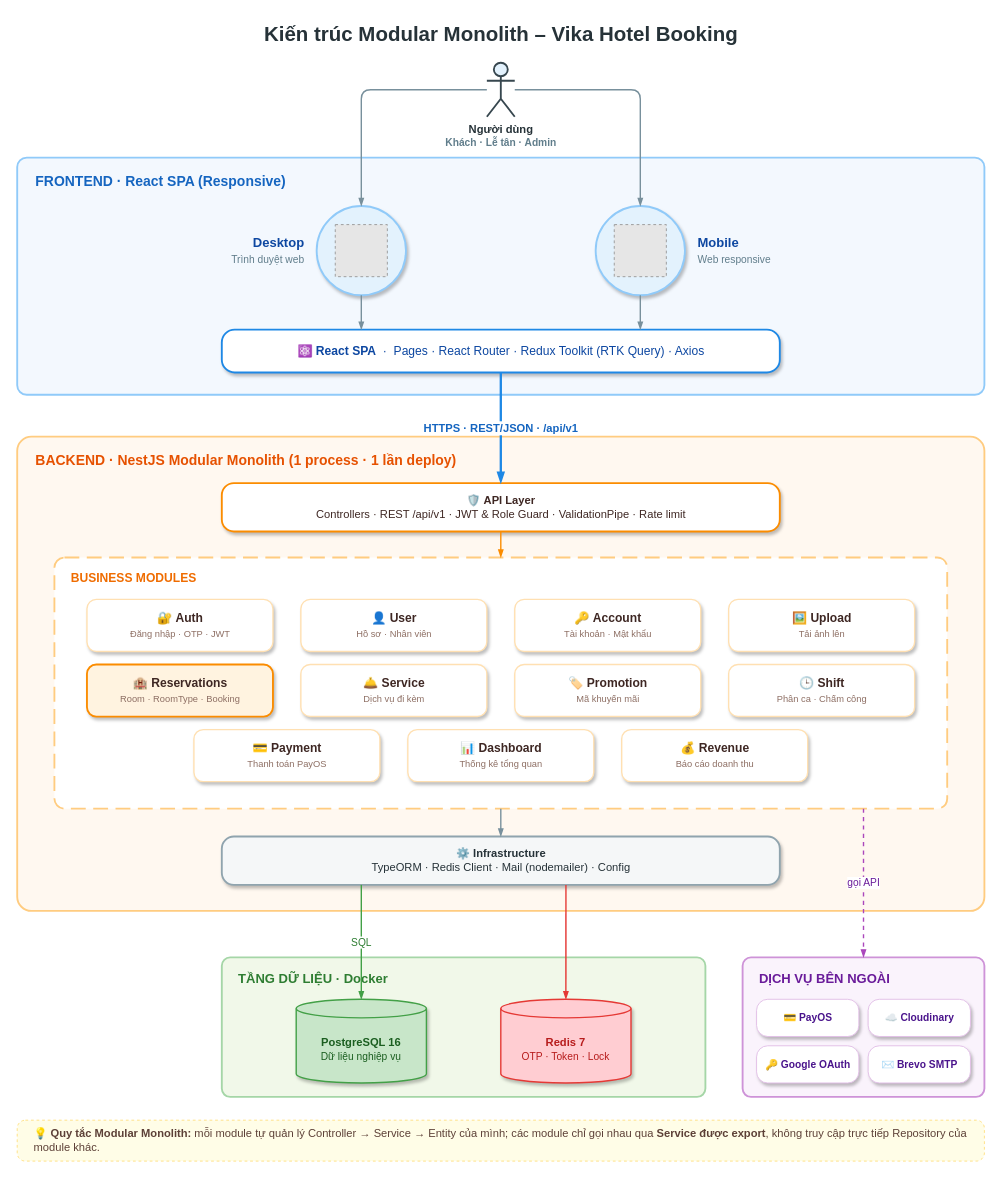
The draw.io diagram docs/architecture/vika-architecture.drawio in DeeDeevk/kltn-smartstay, before the edit. Source tidied: cells renumbered, new cells numbered last; positions are measured from the earlier drawing's top-left corner, leaving out a move shared by most shapes. Both pictures are drawn from the tidied source at 93%, with x=0, y=0 at pixel (17, 16). Pictures stored in the file or linked from it are replaced by grey dashed boxes.
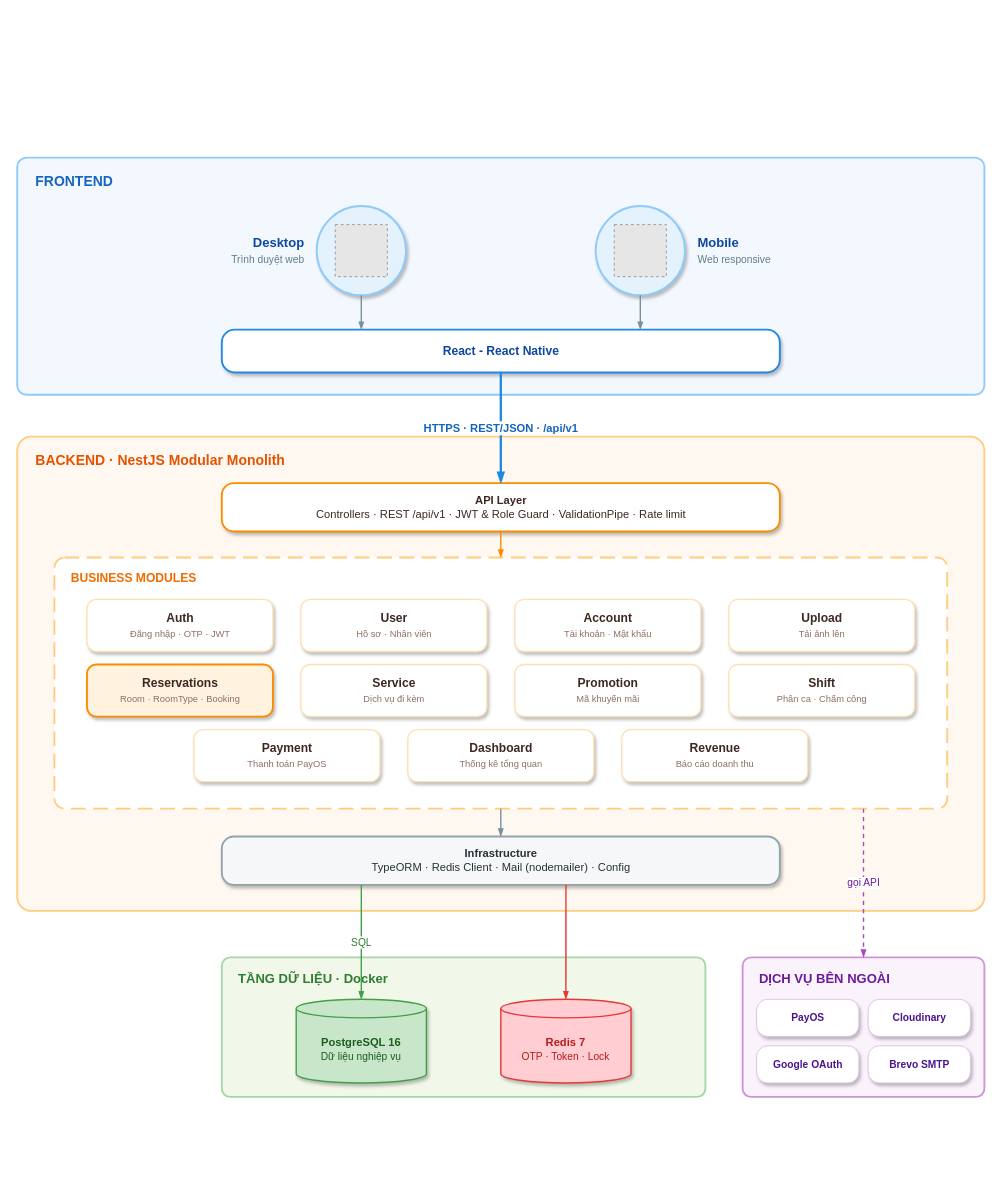
Above is the later version.

Unchanged cells that the change refers to:
```xml
<mxCell id="5" style="ellipse;html=1;fillColor=#E3F2FD;strokeColor=#90CAF9;strokeWidth=2;shadow=1;" parent="4" vertex="1">
  <mxGeometry x="322" y="52" width="96" height="96" as="geometry" />
</mxCell>
<mxCell id="8" style="ellipse;html=1;fillColor=#E3F2FD;strokeColor=#90CAF9;strokeWidth=2;shadow=1;" parent="4" vertex="1">
  <mxGeometry x="622" y="52" width="96" height="96" as="geometry" />
</mxCell>
<mxCell id="14" value="BUSINESS MODULES" style="rounded=1;arcSize=4;whiteSpace=wrap;html=1;verticalAlign=top;align=left;spacingLeft=16;spacingTop=8;fontStyle=1;fontSize=13;fontColor=#EF6C00;fillColor=#FFFFFF;strokeColor=#FFCC80;strokeWidth=2;dashed=1;dashPattern=8 4;" parent="12" vertex="1">
  <mxGeometry x="40" y="130" width="960" height="270" as="geometry" />
</mxCell>
<mxCell id="30" value="DỊCH VỤ BÊN NGOÀI" style="rounded=1;arcSize=6;whiteSpace=wrap;html=1;verticalAlign=top;align=left;spacingLeft=16;spacingTop=8;fontStyle=1;fontSize=14;fontColor=#6A1B9A;fillColor=#FAF3FC;strokeColor=#CE93D8;strokeWidth=2;" parent="1" vertex="1">
  <mxGeometry x="780" y="1012" width="260" height="150" as="geometry" />
</mxCell>
```

The edit, as a diff of the source:
```diff
@@
-    <mxCell id="2" value="&lt;b&gt;Kiến trúc Modular Monolith – Vika Hotel Booking&lt;/b&gt;" style="text;html=1;align=center;verticalAlign=middle;fontSize=22;fontColor=#263238;" parent="1" vertex="1">
-      <mxGeometry width="1040" height="40" as="geometry" />
-    </mxCell>
-    <mxCell id="3" value="Người dùng&lt;br&gt;&lt;font style=&quot;font-size:11px&quot; color=&quot;#607D8B&quot;&gt;Khách · Lễ tân · Admin&lt;/font&gt;" style="shape=umlActor;verticalLabelPosition=bottom;verticalAlign=top;html=1;outlineConnect=0;fillColor=#E3F2FD;strokeColor=#37474F;strokeWidth=2;fontSize=12;fontStyle=1;fontColor=#263238;" parent="1" vertex="1">
-      <mxGeometry x="505" y="50" width="30" height="58" as="geometry" />
-    </mxCell>
-    <mxCell id="4" value="FRONTEND · React SPA (Responsive)" style="rounded=1;arcSize=4;whiteSpace=wrap;html=1;verticalAlign=top;align=left;spacingLeft=18;spacingTop=10;fontStyle=1;fontSize=15;fontColor=#1565C0;fillColor=#F3F8FE;strokeColor=#90CAF9;strokeWidth=2;" parent="1" vertex="1">
+    <mxCell id="4" value="FRONTEND" style="rounded=1;arcSize=4;whiteSpace=wrap;html=1;verticalAlign=top;align=left;spacingLeft=18;spacingTop=10;fontStyle=1;fontSize=15;fontColor=#1565C0;fillColor=#F3F8FE;strokeColor=#90CAF9;strokeWidth=2;" parent="1" vertex="1">
       <mxGeometry y="152" width="1040" height="255" as="geometry" />
     </mxCell>
@@
-    <mxCell id="11" value="⚛️ &lt;b&gt;React SPA&lt;/b&gt;&amp;nbsp;&amp;nbsp;·&amp;nbsp;&amp;nbsp;Pages · React Router · Redux Toolkit (RTK Query) · Axios" style="rounded=1;arcSize=30;html=1;fillColor=#FFFFFF;strokeColor=#1E88E5;strokeWidth=2;shadow=1;fontSize=13;fontColor=#0D47A1;" parent="4" vertex="1">
+    <mxCell id="11" value="&lt;b&gt;React - React Native&lt;/b&gt;" style="rounded=1;arcSize=30;html=1;fillColor=#FFFFFF;strokeColor=#1E88E5;strokeWidth=2;shadow=1;fontSize=13;fontColor=#0D47A1;" parent="4" vertex="1">
       <mxGeometry x="220" y="185" width="600" height="46" as="geometry" />
     </mxCell>
-    <mxCell id="12" value="BACKEND · NestJS Modular Monolith (1 process · 1 lần deploy)" style="rounded=1;arcSize=3;whiteSpace=wrap;html=1;verticalAlign=top;align=left;spacingLeft=18;spacingTop=10;fontStyle=1;fontSize=15;fontColor=#E65100;fillColor=#FFF8F0;strokeColor=#FFCC80;strokeWidth=2;" parent="1" vertex="1">
+    <mxCell id="12" value="BACKEND · NestJS Modular Monolith" style="rounded=1;arcSize=3;whiteSpace=wrap;html=1;verticalAlign=top;align=left;spacingLeft=18;spacingTop=10;fontStyle=1;fontSize=15;fontColor=#E65100;fillColor=#FFF8F0;strokeColor=#FFCC80;strokeWidth=2;" parent="1" vertex="1">
       <mxGeometry y="452" width="1040" height="510" as="geometry" />
     </mxCell>
-    <mxCell id="13" value="🛡️ &lt;b&gt;API Layer&lt;/b&gt;&lt;br&gt;Controllers · REST /api/v1 · JWT &amp;amp; Role Guard · ValidationPipe · Rate limit" style="rounded=1;arcSize=25;html=1;fillColor=#FFFFFF;strokeColor=#FB8C00;strokeWidth=2;shadow=1;fontSize=12;fontColor=#3E2723;" parent="12" vertex="1">
+    <mxCell id="13" value="&lt;b&gt;API Layer&lt;/b&gt;&lt;br&gt;Controllers · REST /api/v1 · JWT &amp;amp; Role Guard · ValidationPipe · Rate limit" style="rounded=1;arcSize=25;html=1;fillColor=#FFFFFF;strokeColor=#FB8C00;strokeWidth=2;shadow=1;fontSize=12;fontColor=#3E2723;" parent="12" vertex="1">
       <mxGeometry x="220" y="50" width="600" height="52" as="geometry" />
     </mxCell>
@@
-    <mxCell id="15" value="🔐 &lt;b&gt;Auth&lt;/b&gt;&lt;br&gt;&lt;font style=&quot;font-size:10px&quot; color=&quot;#8D6E63&quot;&gt;Đăng nhập · OTP · JWT&lt;/font&gt;" style="rounded=1;arcSize=18;html=1;fillColor=#FFFFFF;strokeColor=#FFE0B2;strokeWidth=1.5;shadow=1;fontSize=13;fontColor=#3E2723;" parent="14" vertex="1">
+    <mxCell id="15" value="&lt;b&gt;Auth&lt;/b&gt;&lt;br&gt;&lt;font style=&quot;font-size:10px&quot; color=&quot;#8D6E63&quot;&gt;Đăng nhập · OTP · JWT&lt;/font&gt;" style="rounded=1;arcSize=18;html=1;fillColor=#FFFFFF;strokeColor=#FFE0B2;strokeWidth=1.5;shadow=1;fontSize=13;fontColor=#3E2723;" parent="14" vertex="1">
       <mxGeometry x="35" y="45" width="200" height="56" as="geometry" />
     </mxCell>
-    <mxCell id="16" value="👤 &lt;b&gt;User&lt;/b&gt;&lt;br&gt;&lt;font style=&quot;font-size:10px&quot; color=&quot;#8D6E63&quot;&gt;Hồ sơ · Nhân viên&lt;/font&gt;" style="rounded=1;arcSize=18;html=1;fillColor=#FFFFFF;strokeColor=#FFE0B2;strokeWidth=1.5;shadow=1;fontSize=13;fontColor=#3E2723;" parent="14" vertex="1">
+    <mxCell id="16" value="&lt;b&gt;User&lt;/b&gt;&lt;br&gt;&lt;font style=&quot;font-size:10px&quot; color=&quot;#8D6E63&quot;&gt;Hồ sơ · Nhân viên&lt;/font&gt;" style="rounded=1;arcSize=18;html=1;fillColor=#FFFFFF;strokeColor=#FFE0B2;strokeWidth=1.5;shadow=1;fontSize=13;fontColor=#3E2723;" parent="14" vertex="1">
       <mxGeometry x="265" y="45" width="200" height="56" as="geometry" />
     </mxCell>
-    <mxCell id="17" value="🔑 &lt;b&gt;Account&lt;/b&gt;&lt;br&gt;&lt;font style=&quot;font-size:10px&quot; color=&quot;#8D6E63&quot;&gt;Tài khoản · Mật khẩu&lt;/font&gt;" style="rounded=1;arcSize=18;html=1;fillColor=#FFFFFF;strokeColor=#FFE0B2;strokeWidth=1.5;shadow=1;fontSize=13;fontColor=#3E2723;" parent="14" vertex="1">
+    <mxCell id="17" value="&lt;b&gt;Account&lt;/b&gt;&lt;br&gt;&lt;font style=&quot;font-size:10px&quot; color=&quot;#8D6E63&quot;&gt;Tài khoản · Mật khẩu&lt;/font&gt;" style="rounded=1;arcSize=18;html=1;fillColor=#FFFFFF;strokeColor=#FFE0B2;strokeWidth=1.5;shadow=1;fontSize=13;fontColor=#3E2723;" parent="14" vertex="1">
       <mxGeometry x="495" y="45" width="200" height="56" as="geometry" />
     </mxCell>
-    <mxCell id="18" value="🖼️ &lt;b&gt;Upload&lt;/b&gt;&lt;br&gt;&lt;font style=&quot;font-size:10px&quot; color=&quot;#8D6E63&quot;&gt;Tải ảnh lên&lt;/font&gt;" style="rounded=1;arcSize=18;html=1;fillColor=#FFFFFF;strokeColor=#FFE0B2;strokeWidth=1.5;shadow=1;fontSize=13;fontColor=#3E2723;" parent="14" vertex="1">
+    <mxCell id="18" value="&lt;b&gt;Upload&lt;/b&gt;&lt;br&gt;&lt;font style=&quot;font-size:10px&quot; color=&quot;#8D6E63&quot;&gt;Tải ảnh lên&lt;/font&gt;" style="rounded=1;arcSize=18;html=1;fillColor=#FFFFFF;strokeColor=#FFE0B2;strokeWidth=1.5;shadow=1;fontSize=13;fontColor=#3E2723;" parent="14" vertex="1">
       <mxGeometry x="725" y="45" width="200" height="56" as="geometry" />
     </mxCell>
-    <mxCell id="19" value="🏨 &lt;b&gt;Reservations&lt;/b&gt;&lt;br&gt;&lt;font style=&quot;font-size:10px&quot; color=&quot;#8D6E63&quot;&gt;Room · RoomType · Booking&lt;/font&gt;" style="rounded=1;arcSize=18;html=1;fillColor=#FFF3E0;strokeColor=#FB8C00;strokeWidth=2;shadow=1;fontSize=13;fontColor=#3E2723;" parent="14" vertex="1">
+    <mxCell id="19" value="&lt;b&gt;Reservations&lt;/b&gt;&lt;br&gt;&lt;font style=&quot;font-size:10px&quot; color=&quot;#8D6E63&quot;&gt;Room · RoomType · Booking&lt;/font&gt;" style="rounded=1;arcSize=18;html=1;fillColor=#FFF3E0;strokeColor=#FB8C00;strokeWidth=2;shadow=1;fontSize=13;fontColor=#3E2723;" parent="14" vertex="1">
       <mxGeometry x="35" y="115" width="200" height="56" as="geometry" />
     </mxCell>
-    <mxCell id="20" value="🛎️ &lt;b&gt;Service&lt;/b&gt;&lt;br&gt;&lt;font style=&quot;font-size:10px&quot; color=&quot;#8D6E63&quot;&gt;Dịch vụ đi kèm&lt;/font&gt;" style="rounded=1;arcSize=18;html=1;fillColor=#FFFFFF;strokeColor=#FFE0B2;strokeWidth=1.5;shadow=1;fontSize=13;fontColor=#3E2723;" parent="14" vertex="1">
+    <mxCell id="20" value="&lt;b&gt;Service&lt;/b&gt;&lt;br&gt;&lt;font style=&quot;font-size:10px&quot; color=&quot;#8D6E63&quot;&gt;Dịch vụ đi kèm&lt;/font&gt;" style="rounded=1;arcSize=18;html=1;fillColor=#FFFFFF;strokeColor=#FFE0B2;strokeWidth=1.5;shadow=1;fontSize=13;fontColor=#3E2723;" parent="14" vertex="1">
       <mxGeometry x="265" y="115" width="200" height="56" as="geometry" />
     </mxCell>
-    <mxCell id="21" value="🏷️ &lt;b&gt;Promotion&lt;/b&gt;&lt;br&gt;&lt;font style=&quot;font-size:10px&quot; color=&quot;#8D6E63&quot;&gt;Mã khuyến mãi&lt;/font&gt;" style="rounded=1;arcSize=18;html=1;fillColor=#FFFFFF;strokeColor=#FFE0B2;strokeWidth=1.5;shadow=1;fontSize=13;fontColor=#3E2723;" parent="14" vertex="1">
+    <mxCell id="21" value="&lt;b&gt;Promotion&lt;/b&gt;&lt;br&gt;&lt;font style=&quot;font-size:10px&quot; color=&quot;#8D6E63&quot;&gt;Mã khuyến mãi&lt;/font&gt;" style="rounded=1;arcSize=18;html=1;fillColor=#FFFFFF;strokeColor=#FFE0B2;strokeWidth=1.5;shadow=1;fontSize=13;fontColor=#3E2723;" parent="14" vertex="1">
       <mxGeometry x="495" y="115" width="200" height="56" as="geometry" />
     </mxCell>
-    <mxCell id="22" value="🕒 &lt;b&gt;Shift&lt;/b&gt;&lt;br&gt;&lt;font style=&quot;font-size:10px&quot; color=&quot;#8D6E63&quot;&gt;Phân ca · Chấm công&lt;/font&gt;" style="rounded=1;arcSize=18;html=1;fillColor=#FFFFFF;strokeColor=#FFE0B2;strokeWidth=1.5;shadow=1;fontSize=13;fontColor=#3E2723;" parent="14" vertex="1">
+    <mxCell id="22" value="&lt;b&gt;Shift&lt;/b&gt;&lt;br&gt;&lt;font style=&quot;font-size:10px&quot; color=&quot;#8D6E63&quot;&gt;Phân ca · Chấm công&lt;/font&gt;" style="rounded=1;arcSize=18;html=1;fillColor=#FFFFFF;strokeColor=#FFE0B2;strokeWidth=1.5;shadow=1;fontSize=13;fontColor=#3E2723;" parent="14" vertex="1">
       <mxGeometry x="725" y="115" width="200" height="56" as="geometry" />
     </mxCell>
-    <mxCell id="23" value="💳 &lt;b&gt;Payment&lt;/b&gt;&lt;br&gt;&lt;font style=&quot;font-size:10px&quot; color=&quot;#8D6E63&quot;&gt;Thanh toán PayOS&lt;/font&gt;" style="rounded=1;arcSize=18;html=1;fillColor=#FFFFFF;strokeColor=#FFE0B2;strokeWidth=1.5;shadow=1;fontSize=13;fontColor=#3E2723;" parent="14" vertex="1">
+    <mxCell id="23" value="&lt;b&gt;Payment&lt;/b&gt;&lt;br&gt;&lt;font style=&quot;font-size:10px&quot; color=&quot;#8D6E63&quot;&gt;Thanh toán PayOS&lt;/font&gt;" style="rounded=1;arcSize=18;html=1;fillColor=#FFFFFF;strokeColor=#FFE0B2;strokeWidth=1.5;shadow=1;fontSize=13;fontColor=#3E2723;" parent="14" vertex="1">
       <mxGeometry x="150" y="185" width="200" height="56" as="geometry" />
     </mxCell>
-    <mxCell id="24" value="📊 &lt;b&gt;Dashboard&lt;/b&gt;&lt;br&gt;&lt;font style=&quot;font-size:10px&quot; color=&quot;#8D6E63&quot;&gt;Thống kê tổng quan&lt;/font&gt;" style="rounded=1;arcSize=18;html=1;fillColor=#FFFFFF;strokeColor=#FFE0B2;strokeWidth=1.5;shadow=1;fontSize=13;fontColor=#3E2723;" parent="14" vertex="1">
+    <mxCell id="24" value="&lt;b&gt;Dashboard&lt;/b&gt;&lt;br&gt;&lt;font style=&quot;font-size:10px&quot; color=&quot;#8D6E63&quot;&gt;Thống kê tổng quan&lt;/font&gt;" style="rounded=1;arcSize=18;html=1;fillColor=#FFFFFF;strokeColor=#FFE0B2;strokeWidth=1.5;shadow=1;fontSize=13;fontColor=#3E2723;" parent="14" vertex="1">
       <mxGeometry x="380" y="185" width="200" height="56" as="geometry" />
     </mxCell>
-    <mxCell id="25" value="💰 &lt;b&gt;Revenue&lt;/b&gt;&lt;br&gt;&lt;font style=&quot;font-size:10px&quot; color=&quot;#8D6E63&quot;&gt;Báo cáo doanh thu&lt;/font&gt;" style="rounded=1;arcSize=18;html=1;fillColor=#FFFFFF;strokeColor=#FFE0B2;strokeWidth=1.5;shadow=1;fontSize=13;fontColor=#3E2723;" parent="14" vertex="1">
+    <mxCell id="25" value="&lt;b&gt;Revenue&lt;/b&gt;&lt;br&gt;&lt;font style=&quot;font-size:10px&quot; color=&quot;#8D6E63&quot;&gt;Báo cáo doanh thu&lt;/font&gt;" style="rounded=1;arcSize=18;html=1;fillColor=#FFFFFF;strokeColor=#FFE0B2;strokeWidth=1.5;shadow=1;fontSize=13;fontColor=#3E2723;" parent="14" vertex="1">
       <mxGeometry x="610" y="185" width="200" height="56" as="geometry" />
     </mxCell>
-    <mxCell id="26" value="⚙️ &lt;b&gt;Infrastructure&lt;/b&gt;&lt;br&gt;TypeORM · Redis Client · Mail (nodemailer) · Config" style="rounded=1;arcSize=25;html=1;fillColor=#F5F7F8;strokeColor=#90A4AE;strokeWidth=2;shadow=1;fontSize=12;fontColor=#263238;" parent="12" vertex="1">
+    <mxCell id="26" value="&lt;b&gt;Infrastructure&lt;/b&gt;&lt;br&gt;TypeORM · Redis Client · Mail (nodemailer) · Config" style="rounded=1;arcSize=25;html=1;fillColor=#F5F7F8;strokeColor=#90A4AE;strokeWidth=2;shadow=1;fontSize=12;fontColor=#263238;" parent="12" vertex="1">
       <mxGeometry x="220" y="430" width="600" height="52" as="geometry" />
     </mxCell>
@@
-    <mxCell id="31" value="💳 PayOS" style="rounded=1;arcSize=30;html=1;fillColor=#FFFFFF;strokeColor=#E1BEE7;shadow=1;fontSize=11;fontStyle=1;fontColor=#4A148C;" parent="30" vertex="1">
+    <mxCell id="31" value="PayOS" style="rounded=1;arcSize=30;html=1;fillColor=#FFFFFF;strokeColor=#E1BEE7;shadow=1;fontSize=11;fontStyle=1;fontColor=#4A148C;" parent="30" vertex="1">
       <mxGeometry x="15" y="45" width="110" height="40" as="geometry" />
     </mxCell>
-    <mxCell id="32" value="☁️ Cloudinary" style="rounded=1;arcSize=30;html=1;fillColor=#FFFFFF;strokeColor=#E1BEE7;shadow=1;fontSize=11;fontStyle=1;fontColor=#4A148C;" parent="30" vertex="1">
+    <mxCell id="32" value="Cloudinary" style="rounded=1;arcSize=30;html=1;fillColor=#FFFFFF;strokeColor=#E1BEE7;shadow=1;fontSize=11;fontStyle=1;fontColor=#4A148C;" parent="30" vertex="1">
       <mxGeometry x="135" y="45" width="110" height="40" as="geometry" />
     </mxCell>
-    <mxCell id="33" value="🔑 Google OAuth" style="rounded=1;arcSize=30;html=1;fillColor=#FFFFFF;strokeColor=#E1BEE7;shadow=1;fontSize=11;fontStyle=1;fontColor=#4A148C;" parent="30" vertex="1">
+    <mxCell id="33" value="Google OAuth" style="rounded=1;arcSize=30;html=1;fillColor=#FFFFFF;strokeColor=#E1BEE7;shadow=1;fontSize=11;fontStyle=1;fontColor=#4A148C;" parent="30" vertex="1">
       <mxGeometry x="15" y="95" width="110" height="40" as="geometry" />
     </mxCell>
-    <mxCell id="34" value="✉️ Brevo SMTP" style="rounded=1;arcSize=30;html=1;fillColor=#FFFFFF;strokeColor=#E1BEE7;shadow=1;fontSize=11;fontStyle=1;fontColor=#4A148C;" parent="30" vertex="1">
+    <mxCell id="34" value="Brevo SMTP" style="rounded=1;arcSize=30;html=1;fillColor=#FFFFFF;strokeColor=#E1BEE7;shadow=1;fontSize=11;fontStyle=1;fontColor=#4A148C;" parent="30" vertex="1">
       <mxGeometry x="135" y="95" width="110" height="40" as="geometry" />
     </mxCell>
-    <mxCell id="35" value="💡 &lt;b&gt;Quy tắc Modular Monolith:&lt;/b&gt; mỗi module tự quản lý Controller → Service → Entity của mình; các module chỉ gọi nhau qua &lt;b&gt;Service được export&lt;/b&gt;, không truy cập trực tiếp Repository của module khác." style="rounded=1;arcSize=20;html=1;whiteSpace=wrap;fillColor=#FFFDE7;strokeColor=#FFE082;dashed=1;align=left;spacingLeft=16;spacingRight=16;fontSize=12;fontColor=#5D4037;" parent="1" vertex="1">
-      <mxGeometry y="1187" width="1040" height="44" as="geometry" />
-    </mxCell>
-    <mxCell id="36" style="edgeStyle=orthogonalEdgeStyle;rounded=1;html=1;endArrow=blockThin;endFill=1;endSize=5;strokeColor=#78909C;strokeWidth=1.5;exitX=0;exitY=0.5;exitDx=0;exitDy=0;entryX=0.5;entryY=0;entryDx=0;entryDy=0;" parent="1" edge="1" source="3" target="5">
+    <mxCell id="36" style="edgeStyle=orthogonalEdgeStyle;rounded=1;html=1;endArrow=blockThin;endFill=1;endSize=5;strokeColor=#78909C;strokeWidth=1.5;exitX=0;exitY=0.5;exitDx=0;exitDy=0;entryX=0.5;entryY=0;entryDx=0;entryDy=0;" parent="1" edge="1" target="5">
       <mxGeometry relative="1" as="geometry" />
     </mxCell>
-    <mxCell id="37" style="edgeStyle=orthogonalEdgeStyle;rounded=1;html=1;endArrow=blockThin;endFill=1;endSize=5;strokeColor=#78909C;strokeWidth=1.5;exitX=1;exitY=0.5;exitDx=0;exitDy=0;entryX=0.5;entryY=0;entryDx=0;entryDy=0;" parent="1" edge="1" source="3" target="8">
+    <mxCell id="37" style="edgeStyle=orthogonalEdgeStyle;rounded=1;html=1;endArrow=blockThin;endFill=1;endSize=5;strokeColor=#78909C;strokeWidth=1.5;exitX=1;exitY=0.5;exitDx=0;exitDy=0;entryX=0.5;entryY=0;entryDx=0;entryDy=0;" parent="1" edge="1" target="8">
       <mxGeometry relative="1" as="geometry" />
     </mxCell>
```
